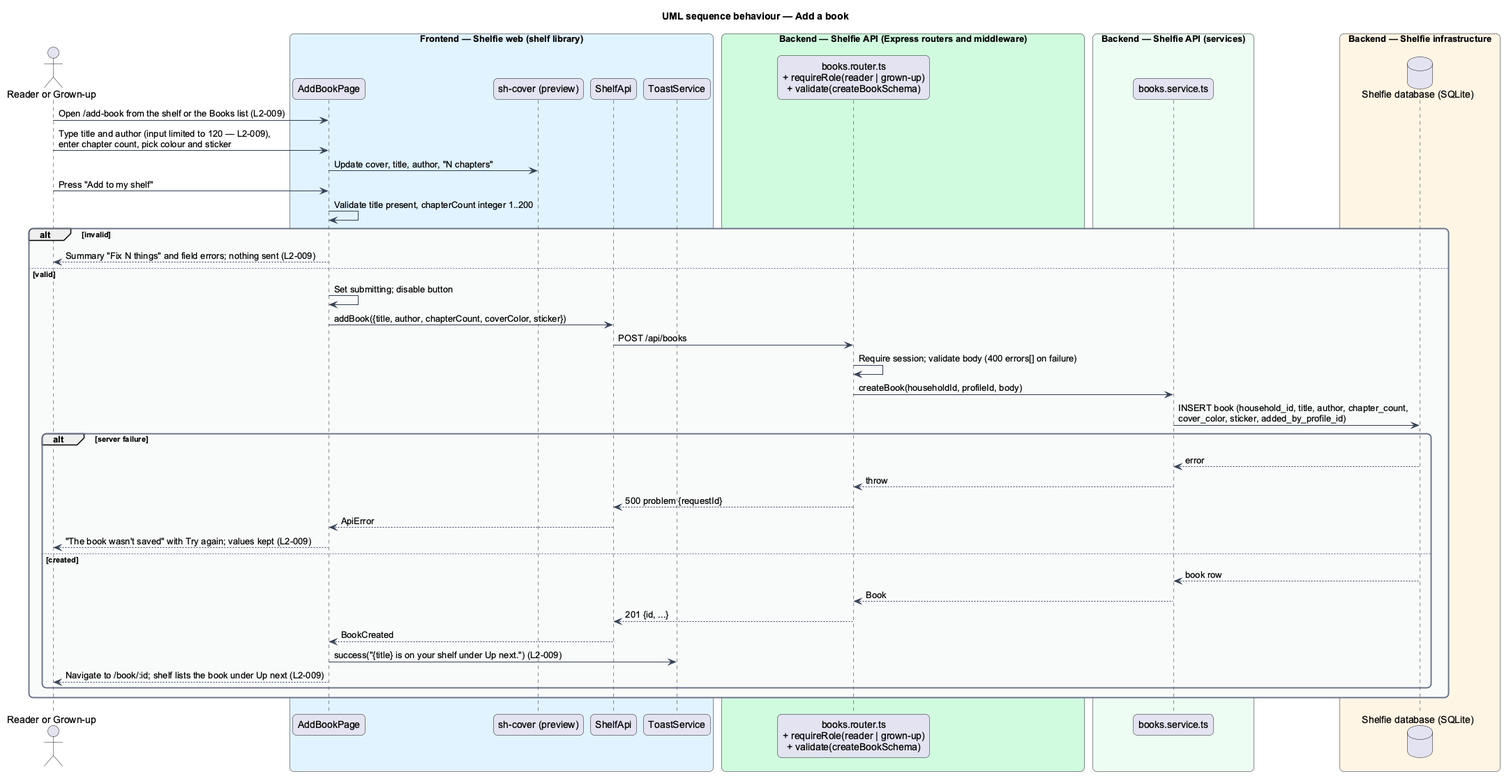
This is docs/detailed-designs/books/add-book/diagrams/sequence-add-book.png from QuinntyneBrown/shelfie, a PlantUML export, as it was before one commit. Its diagram source:
```plantuml
@startuml
title UML sequence behaviour — Add a book
skinparam backgroundColor #FFFFFF
skinparam shadowing false
skinparam roundcorner 12
skinparam defaultFontName Arial
skinparam ArrowColor #344054
skinparam rectangle {
  BorderColor #344054
  FontColor #101828
}
skinparam package {
  BorderColor #667085
  FontColor #101828
  BackgroundColor #F9FAFB
}
actor "Reader or Grown-up" as user
box "Frontend — Shelfie web (shelf library)" #E0F2FE
  participant "AddBookPage" as page
  participant "sh-cover (preview)" as preview
  participant "ShelfApi" as client
  participant "ToastService" as toast
end box
box "Backend — Shelfie API (Express routers and middleware)" #D1FADF
  participant "books.router.ts\n+ requireRole(reader | grown-up)\n+ validate(createBookSchema)" as router
end box
box "Backend — Shelfie API (services)" #ECFDF3
  participant "books.service.ts" as service
end box
box "Backend — Shelfie infrastructure" #FFF4E5
  database "Shelfie database (SQLite)" as db
end box

user -> page : Open /add-book from the shelf or the Books list (L2-009)
user -> page : Type title and author (input limited to 120 — L2-009),\nenter chapter count, pick colour and sticker
page -> preview : Update cover, title, author, "N chapters"
user -> page : Press "Add to my shelf"
page -> page : Validate title present, chapterCount integer 1..200
alt invalid
  page --> user : Summary "Fix N things" and field errors; nothing sent (L2-009)
else valid
  page -> page : Set submitting; disable button
  page -> client : addBook({title, author, chapterCount, coverColor, sticker})
  client -> router : POST /api/books
  router -> router : Require session; validate body (400 errors[] on failure)
  router -> service : createBook(householdId, profileId, body)
  service -> db : INSERT book (household_id, title, author, chapter_count,\ncover_color, sticker, added_by_profile_id)
  alt server failure
    db --> service : error
    service --> router : throw
    router --> client : 500 problem {requestId}
    client --> page : ApiError
    page --> user : "The book wasn't saved" with Try again; values kept (L2-009)
  else created
    db --> service : book row
    service --> router : Book
    router --> client : 201 {id, ...}
    client --> page : BookCreated
    page -> toast : success("{title} is on your shelf under Up next.") (L2-009)
    page --> user : Navigate to /book/:id; shelf lists the book under Up next (L2-009)
  end
end
@enduml
```
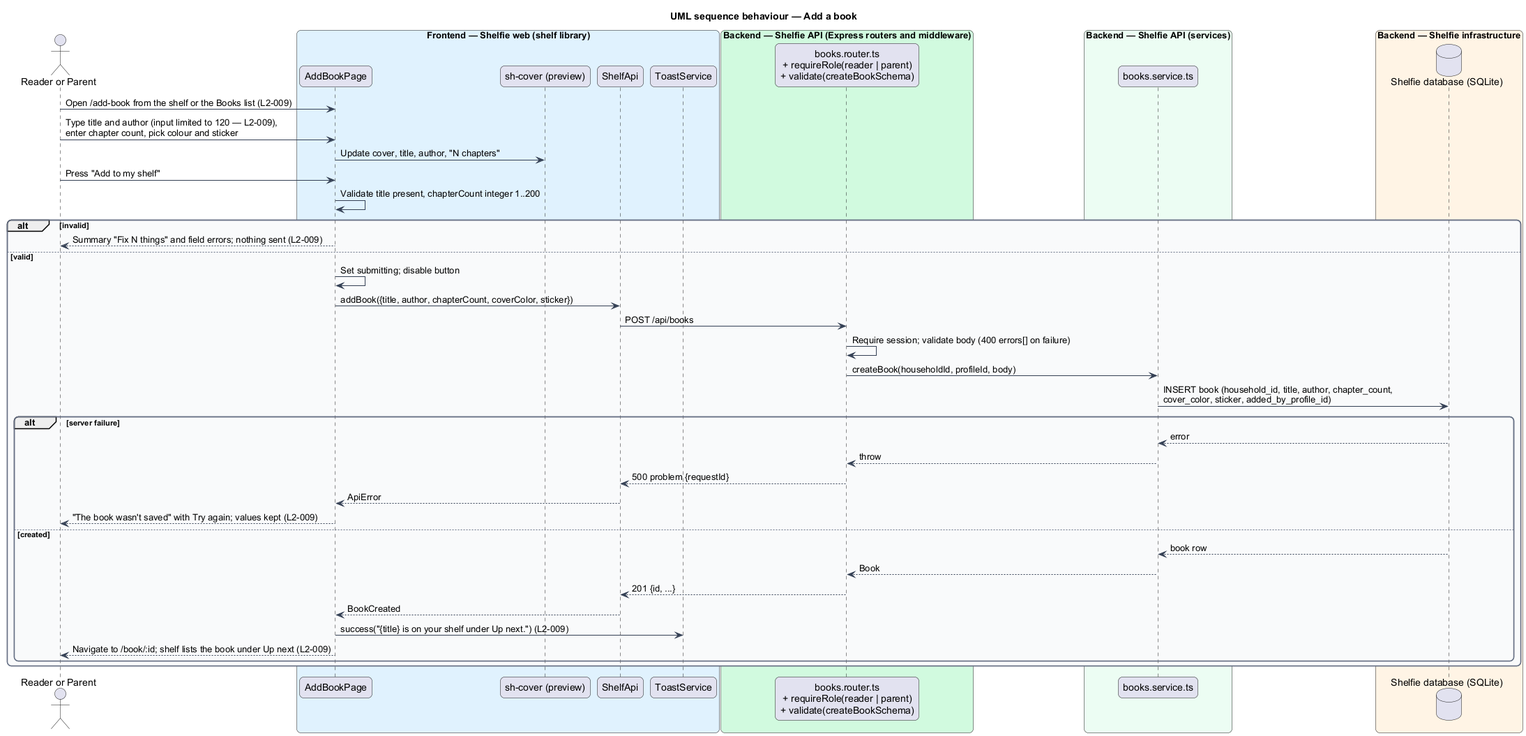
After the change.

Diff of the diagram source:
```diff
@@ -14,7 +14,7 @@
   FontColor #101828
   BackgroundColor #F9FAFB
 }
-actor "Reader or Grown-up" as user
+actor "Reader or Parent" as user
 box "Frontend — Shelfie web (shelf library)" #E0F2FE
   participant "AddBookPage" as page
   participant "sh-cover (preview)" as preview
@@ -22,7 +22,7 @@
   participant "ToastService" as toast
 end box
 box "Backend — Shelfie API (Express routers and middleware)" #D1FADF
-  participant "books.router.ts\n+ requireRole(reader | grown-up)\n+ validate(createBookSchema)" as router
+  participant "books.router.ts\n+ requireRole(reader | parent)\n+ validate(createBookSchema)" as router
 end box
 box "Backend — Shelfie API (services)" #ECFDF3
   participant "books.service.ts" as service
```
